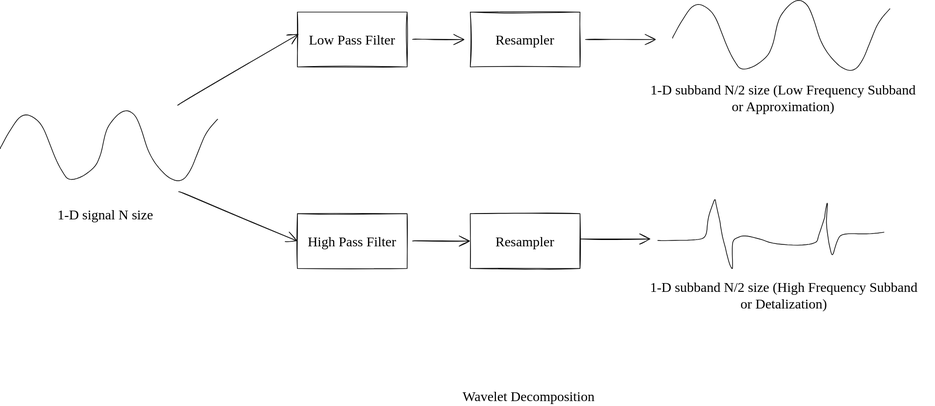
The draw.io diagram docs/img/WaveletDecomposition.drawio.svg in panda-official/WaveletBuffer, before a commit. Source tidied: cells renumbered, new cells last; positions are measured from the earlier drawing's top-left corner, leaving out a move shared by most shapes.
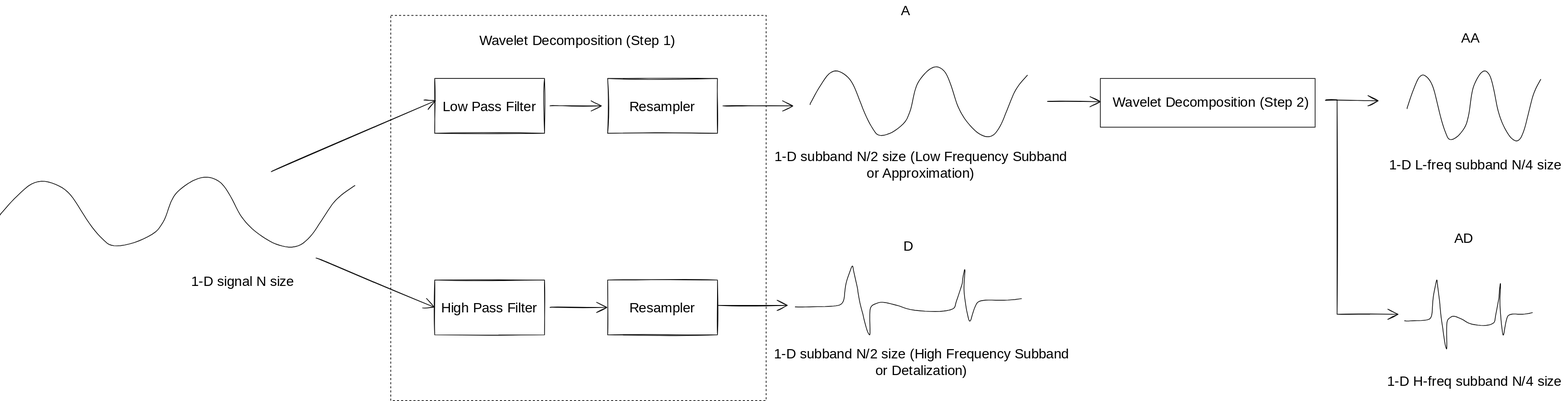
After the commit.

Commit message:
add addtional step

Diff of the diagram source:
```diff
@@ -2,6 +2,9 @@
   <root>
     <mxCell id="0" />
     <mxCell id="1" parent="0" />
+    <mxCell id="19" style="rounded=0;whiteSpace=wrap;html=1;dashed=1;" parent="1" vertex="1">
+      <mxGeometry x="369" y="-75" width="547" height="562" as="geometry" />
+    </mxCell>
     <mxCell id="2" style="edgeStyle=none;curved=1;rounded=0;sketch=1;jettySize=auto;html=1;fontFamily=Architects Daughter;fontSource=https%3A%2F%2Ffonts.googleapis.com%2Fcss%3Ffamily%3DArchitects%2BDaughter;fontSize=20;endArrow=open;startSize=14;endSize=14;sourcePerimeterSpacing=8;targetPerimeterSpacing=8;" parent="1" edge="1" source="3" target="8">
       <mxGeometry relative="1" as="geometry" />
     </mxCell>
@@ -12,7 +15,7 @@
       <mxGeometry relative="1" as="geometry" />
     </mxCell>
     <mxCell id="5" style="shape=(stored shape, 1632 characters);fillColor=none;sketch=0;hachureGap=4;fontFamily=Architects Daughter;fontSource=https%3A%2F%2Ffonts.googleapis.com%2Fcss%3Ffamily%3DArchitects%2BDaughter;fontSize=20;" parent="1" vertex="1">
-      <mxGeometry y="161" width="317" height="102" as="geometry" />
+      <mxGeometry x="-200" y="161" width="517" height="102" as="geometry" />
     </mxCell>
     <mxCell id="6" value="1-D signal N size" style="text;html=1;align=center;verticalAlign=middle;strokeColor=none;sketch=1;hachureGap=4;fontFamily=Architects Daughter;fontSource=https%3A%2F%2Ffonts.googleapis.com%2Fcss%3Ffamily%3DArchitects%2BDaughter;fontSize=20;" parent="1" vertex="1">
       <mxGeometry x="78" y="298" width="149" height="28" as="geometry" />
@@ -57,8 +60,59 @@
     <mxCell id="17" value="1-D subband N/2 size (High Frequency Subband&lt;br&gt;or Detalization)" style="text;html=1;align=center;verticalAlign=middle;strokeColor=none;sketch=1;hachureGap=4;fontFamily=Architects Daughter;fontSource=https%3A%2F%2Ffonts.googleapis.com%2Fcss%3Ffamily%3DArchitects%2BDaughter;fontSize=20;" parent="1" vertex="1">
       <mxGeometry x="923" y="404" width="438" height="52" as="geometry" />
     </mxCell>
-    <mxCell id="18" value="Wavelet Decomposition" style="text;html=1;align=center;verticalAlign=middle;strokeColor=none;sketch=1;hachureGap=4;fontFamily=Architects Daughter;fontSource=https%3A%2F%2Ffonts.googleapis.com%2Fcss%3Ffamily%3DArchitects%2BDaughter;fontSize=20;" parent="1" vertex="1">
-      <mxGeometry x="659" y="563" width="221" height="28" as="geometry" />
+    <mxCell id="18" value="Wavelet Decomposition (Step 1)" style="text;html=1;align=center;verticalAlign=middle;strokeColor=none;sketch=1;hachureGap=4;fontFamily=Architects Daughter;fontSource=https%3A%2F%2Ffonts.googleapis.com%2Fcss%3Ffamily%3DArchitects%2BDaughter;fontSize=20;" parent="1" vertex="1">
+      <mxGeometry x="493" y="-53" width="296" height="28" as="geometry" />
     </mxCell>
+    <mxCell id="20" value="A" style="text;html=1;align=center;verticalAlign=middle;strokeColor=none;sketch=1;hachureGap=4;fontFamily=Architects Daughter;fontSource=https%3A%2F%2Ffonts.googleapis.com%2Fcss%3Ffamily%3DArchitects%2BDaughter;fontSize=20;" parent="1" vertex="1">
+      <mxGeometry x="1107" y="-97" width="23" height="28" as="geometry" />
+    </mxCell>
+    <mxCell id="21" value="D" style="text;html=1;align=center;verticalAlign=middle;strokeColor=none;sketch=1;hachureGap=4;fontFamily=Architects Daughter;fontSource=https%3A%2F%2Ffonts.googleapis.com%2Fcss%3Ffamily%3DArchitects%2BDaughter;fontSize=20;" parent="1" vertex="1">
+      <mxGeometry x="1111.8" y="247" width="23" height="28" as="geometry" />
+    </mxCell>
+    <mxCell id="22" style="rounded=0;whiteSpace=wrap;html=1;" parent="1" vertex="1">
+      <mxGeometry x="1403" y="17" width="313" height="71" as="geometry" />
+    </mxCell>
+    <mxCell id="23" value="Wavelet Decomposition (Step 2)" style="text;html=1;align=center;verticalAlign=middle;strokeColor=none;sketch=1;hachureGap=4;fontFamily=Architects Daughter;fontSource=https%3A%2F%2Ffonts.googleapis.com%2Fcss%3Ffamily%3DArchitects%2BDaughter;fontSize=20;" parent="1" vertex="1">
+      <mxGeometry x="1411" y="37" width="305" height="28" as="geometry" />
+    </mxCell>
+    <mxCell id="24" style="edgeStyle=none;curved=1;rounded=0;sketch=1;orthogonalLoop=1;jettySize=auto;html=1;fontFamily=Architects Daughter;fontSource=https%3A%2F%2Ffonts.googleapis.com%2Fcss%3Ffamily%3DArchitects%2BDaughter;fontSize=20;endArrow=open;startSize=14;endSize=14;sourcePerimeterSpacing=8;targetPerimeterSpacing=8;" parent="1" edge="1">
+      <mxGeometry relative="1" as="geometry">
+        <mxPoint x="1326" y="50.5" as="sourcePoint" />
+        <mxPoint x="1404" y="51" as="targetPoint" />
+      </mxGeometry>
+    </mxCell>
+    <mxCell id="25" style="shape=(stored shape, 1632 characters);fillColor=none;sketch=0;hachureGap=4;fontFamily=Architects Daughter;fontSource=https%3A%2F%2Ffonts.googleapis.com%2Fcss%3Ffamily%3DArchitects%2BDaughter;fontSize=20;" parent="1" vertex="1">
+      <mxGeometry x="1850" y="6" width="195" height="102" as="geometry" />
+    </mxCell>
+    <mxCell id="26" value="AA" style="text;html=1;align=center;verticalAlign=middle;strokeColor=none;sketch=1;hachureGap=4;fontFamily=Architects Daughter;fontSource=https%3A%2F%2Ffonts.googleapis.com%2Fcss%3Ffamily%3DArchitects%2BDaughter;fontSize=20;" parent="1" vertex="1">
+      <mxGeometry x="1924" y="-57" width="36" height="28" as="geometry" />
+    </mxCell>
+    <mxCell id="27" style="edgeStyle=none;curved=1;rounded=0;sketch=1;orthogonalLoop=1;jettySize=auto;html=1;fontFamily=Architects Daughter;fontSource=https%3A%2F%2Ffonts.googleapis.com%2Fcss%3Ffamily%3DArchitects%2BDaughter;fontSize=20;endArrow=open;startSize=14;endSize=14;sourcePerimeterSpacing=8;targetPerimeterSpacing=8;" parent="1" edge="1">
+      <mxGeometry relative="1" as="geometry">
+        <mxPoint x="1731" y="49" as="sourcePoint" />
+        <mxPoint x="1809" y="49.5" as="targetPoint" />
+      </mxGeometry>
+    </mxCell>
+    <mxCell id="28" style="edgeStyle=orthogonalEdgeStyle;rounded=0;sketch=1;jettySize=auto;html=1;fontFamily=Architects Daughter;fontSource=https%3A%2F%2Ffonts.googleapis.com%2Fcss%3Ffamily%3DArchitects%2BDaughter;fontSize=20;endArrow=open;startSize=14;endSize=14;sourcePerimeterSpacing=8;targetPerimeterSpacing=8;" parent="1" edge="1" target="29">
+      <mxGeometry relative="1" as="geometry">
+        <mxPoint x="1732" y="48" as="sourcePoint" />
+        <Array as="points">
+          <mxPoint x="1748" y="48" />
+          <mxPoint x="1748" y="361" />
+        </Array>
+      </mxGeometry>
+    </mxCell>
+    <mxCell id="29" style="shape=(stored shape, 1908 characters);fillColor=none;sketch=0;hachureGap=4;fontFamily=Architects Daughter;fontSource=https%3A%2F%2Ffonts.googleapis.com%2Fcss%3Ffamily%3DArchitects%2BDaughter;fontSize=20;" parent="1" vertex="1">
+      <mxGeometry x="1846" y="311" width="187" height="100.4" as="geometry" />
+    </mxCell>
+    <mxCell id="30" value="AD" style="text;html=1;align=center;verticalAlign=middle;strokeColor=none;sketch=1;hachureGap=4;fontFamily=Architects Daughter;fontSource=https%3A%2F%2Ffonts.googleapis.com%2Fcss%3Ffamily%3DArchitects%2BDaughter;fontSize=20;" parent="1" vertex="1">
+      <mxGeometry x="1914" y="235" width="36" height="28" as="geometry" />
+    </mxCell>
+    <mxCell id="31" value="1-D L-freq subband N/4 size" style="text;html=1;align=center;verticalAlign=middle;strokeColor=none;sketch=1;hachureGap=4;fontFamily=Architects Daughter;fontSource=https%3A%2F%2Ffonts.googleapis.com%2Fcss%3Ffamily%3DArchitects%2BDaughter;fontSize=20;" parent="1" vertex="1">
+      <mxGeometry x="1814" y="128" width="270" height="28" as="geometry" />
+    </mxCell>
+    <mxCell id="32" value="1-D H-freq subband N/4 size" style="text;html=1;align=center;verticalAlign=middle;strokeColor=none;sketch=1;hachureGap=4;fontFamily=Architects Daughter;fontSource=https%3A%2F%2Ffonts.googleapis.com%2Fcss%3Ffamily%3DArchitects%2BDaughter;fontSize=20;" parent="1" vertex="1">
+      <mxGeometry x="1813.5" y="444" width="268" height="28" as="geometry" />
+    </mxCell>
   </root>
 </mxGraphModel>
```
